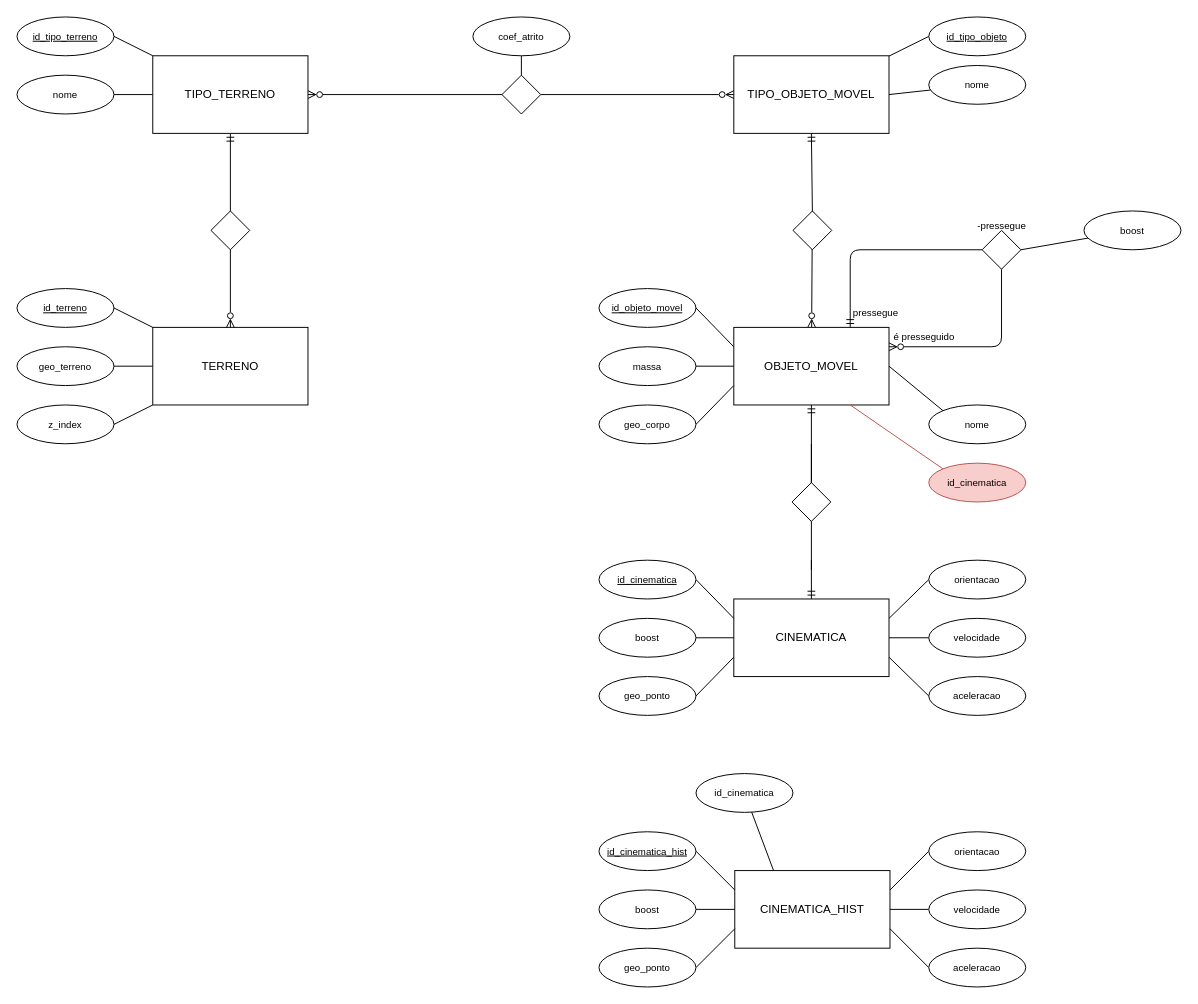
Above: trabalhoPratico/doc/modelo.drawio in AnaSofOliveira/SIGM2425 (draw.io), before the change. Source tidied: cells renumbered, new cells numbered last; positions are measured from the earlier drawing's top-left corner, leaving out a move shared by most shapes. Both pictures are drawn from the tidied source at 97%, with x=0, y=0 at pixel (16, 16).
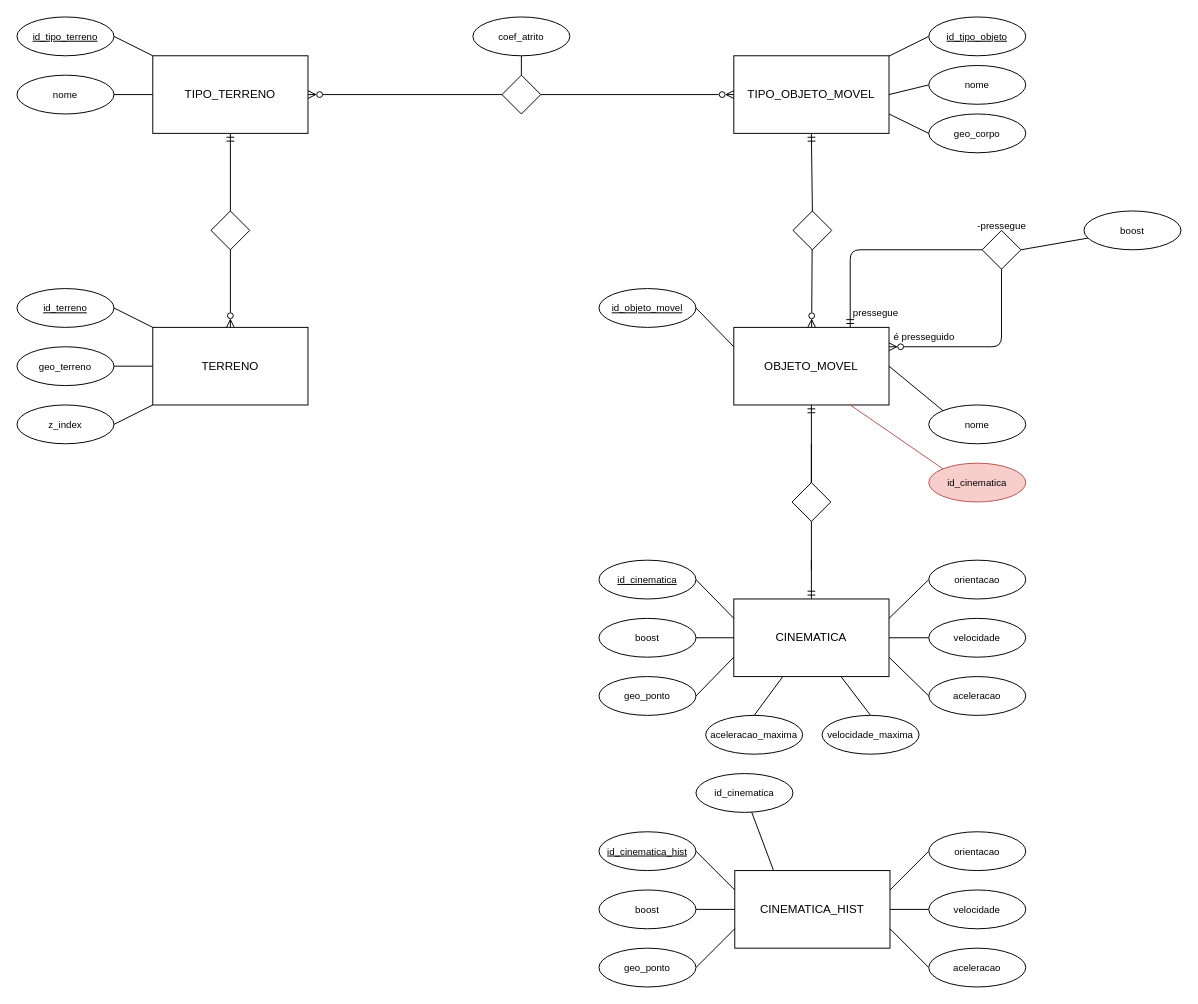
The same diagram, later.

Unchanged cells that the change refers to:
```xml
<mxCell id="20" value="OBJETO_MOVEL" style="rounded=0;whiteSpace=wrap;html=1;" parent="1" vertex="1">
  <mxGeometry x="739" y="320" width="160" height="80" as="geometry" />
</mxCell>
<mxCell id="23" value="CINEMATICA" style="rounded=0;whiteSpace=wrap;html=1;" parent="1" vertex="1">
  <mxGeometry x="739" y="600" width="160" height="80" as="geometry" />
</mxCell>
<mxCell id="43" value="TIPO_OBJETO_MOVEL" style="rounded=0;whiteSpace=wrap;html=1;" parent="1" vertex="1">
  <mxGeometry x="739" y="40" width="160" height="80" as="geometry" />
</mxCell>
<mxCell id="49" value="nome" style="ellipse;whiteSpace=wrap;html=1;fontSize=10;" parent="1" vertex="1">
  <mxGeometry x="940" y="50" width="100" height="40" as="geometry" />
</mxCell>
```

The edit, as a diff of the source:
```diff
@@
+    <mxCell id="82" style="edgeStyle=none;html=1;entryX=0.5;entryY=0;entryDx=0;entryDy=0;endArrow=none;endFill=0;" parent="1" edge="1" source="23" target="84">
+      <mxGeometry relative="1" as="geometry" />
+    </mxCell>
+    <mxCell id="83" style="edgeStyle=none;html=1;entryX=0.5;entryY=0;entryDx=0;entryDy=0;endArrow=none;endFill=0;" parent="1" edge="1" source="23" target="85">
+      <mxGeometry relative="1" as="geometry" />
+    </mxCell>
@@
-    <mxCell id="41" style="edgeStyle=none;html=1;entryX=0;entryY=0.75;entryDx=0;entryDy=0;fontSize=10;startArrow=none;startFill=0;endArrow=none;endFill=0;exitX=1;exitY=0.5;exitDx=0;exitDy=0;" parent="1" edge="1" source="42" target="20">
+    <mxCell id="41" style="edgeStyle=none;html=1;entryX=1;entryY=0.75;entryDx=0;entryDy=0;fontSize=10;startArrow=none;startFill=0;endArrow=none;endFill=0;exitX=0;exitY=0.5;exitDx=0;exitDy=0;" parent="1" edge="1" source="42" target="43">
       <mxGeometry relative="1" as="geometry" />
     </mxCell>
     <mxCell id="42" value="geo_corpo" style="ellipse;whiteSpace=wrap;html=1;fontSize=10;" parent="1" vertex="1">
-      <mxGeometry x="600" y="400" width="100" height="40" as="geometry" />
+      <mxGeometry x="940" y="100" width="100" height="40" as="geometry" />
     </mxCell>
@@
-    <mxCell id="48" style="edgeStyle=none;html=1;entryX=1;entryY=0.5;entryDx=0;entryDy=0;startArrow=none;startFill=0;endArrow=none;endFill=0;" parent="1" edge="1" source="49" target="43">
+    <mxCell id="48" style="edgeStyle=none;html=1;entryX=1;entryY=0.5;entryDx=0;entryDy=0;startArrow=none;startFill=0;endArrow=none;endFill=0;exitX=0;exitY=0.5;exitDx=0;exitDy=0;" parent="1" edge="1" source="49" target="43">
       <mxGeometry relative="1" as="geometry" />
     </mxCell>
@@
-    <mxCell id="74" style="rounded=0;jettySize=auto;html=1;entryX=0;entryY=0.5;entryDx=0;entryDy=0;endArrow=none;endFill=0;exitX=1;exitY=0.5;exitDx=0;exitDy=0;" parent="1" edge="1" source="75" target="20">
-      <mxGeometry relative="1" as="geometry" />
-    </mxCell>
-    <mxCell id="75" value="massa" style="ellipse;whiteSpace=wrap;html=1;fontSize=10;" parent="1" vertex="1">
-      <mxGeometry x="600" y="340" width="100" height="40" as="geometry" />
-    </mxCell>
@@
+    <mxCell id="84" value="velocidade_maxima" style="ellipse;whiteSpace=wrap;html=1;fontSize=10;" parent="1" vertex="1">
+      <mxGeometry x="830" y="720" width="100" height="40" as="geometry" />
+    </mxCell>
+    <mxCell id="85" value="aceleracao_maxima" style="ellipse;whiteSpace=wrap;html=1;fontSize=10;" parent="1" vertex="1">
+      <mxGeometry x="710" y="720" width="100" height="40" as="geometry" />
+    </mxCell>
```
